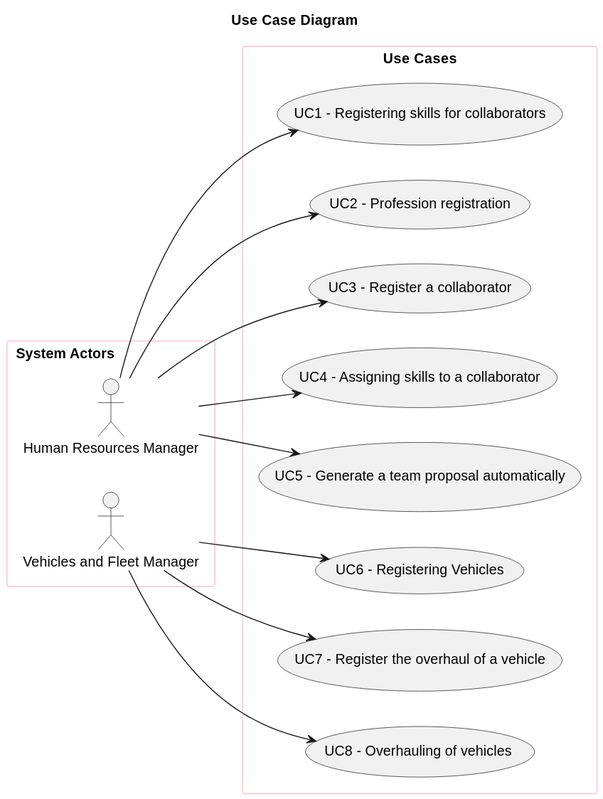
SAEmanuel/Green_Spaces_Management_ISEP keeps this PlantUML diagram as docs/sprintB/global-artifacts/01.requirements-engineering/svg/use-case-diagram-Use_Case_Diagram.svg. Above is the earlier version. Source of this version:
```plantuml
@startuml
skinparam packageStyle rectangle

skinparam rectangle{
    BorderColor pink
}

title Use Case Diagram

left to right direction

rectangle "System Actors                       " as actors {
    actor "Human Resources Manager" as HRM
    actor "Vehicles and Fleet Manager" as FM

}



rectangle "Use Cases" as usecases{
    usecase "UC1 - Registering skills for collaborators" as UC1
    usecase "UC2 - Profession registration" as UC2
    usecase "UC3 - Register a collaborator" as UC3
    usecase "UC4 - Assigning skills to a collaborator" as UC4
    usecase "UC5 - Generate a team proposal automatically" as UC5
    usecase "UC6 - Registering Vehicles" as UC6
    usecase "UC7 - Register the overhaul of a vehicle" as UC7
    usecase "UC8 - Overhauling of vehicles " as UC8
    HRM --> UC1
    HRM --> UC2
    HRM --> UC3
    HRM --> UC4
    HRM --> UC5
    FM --> UC6
    FM --> UC7
    FM --> UC8
}
@enduml
```
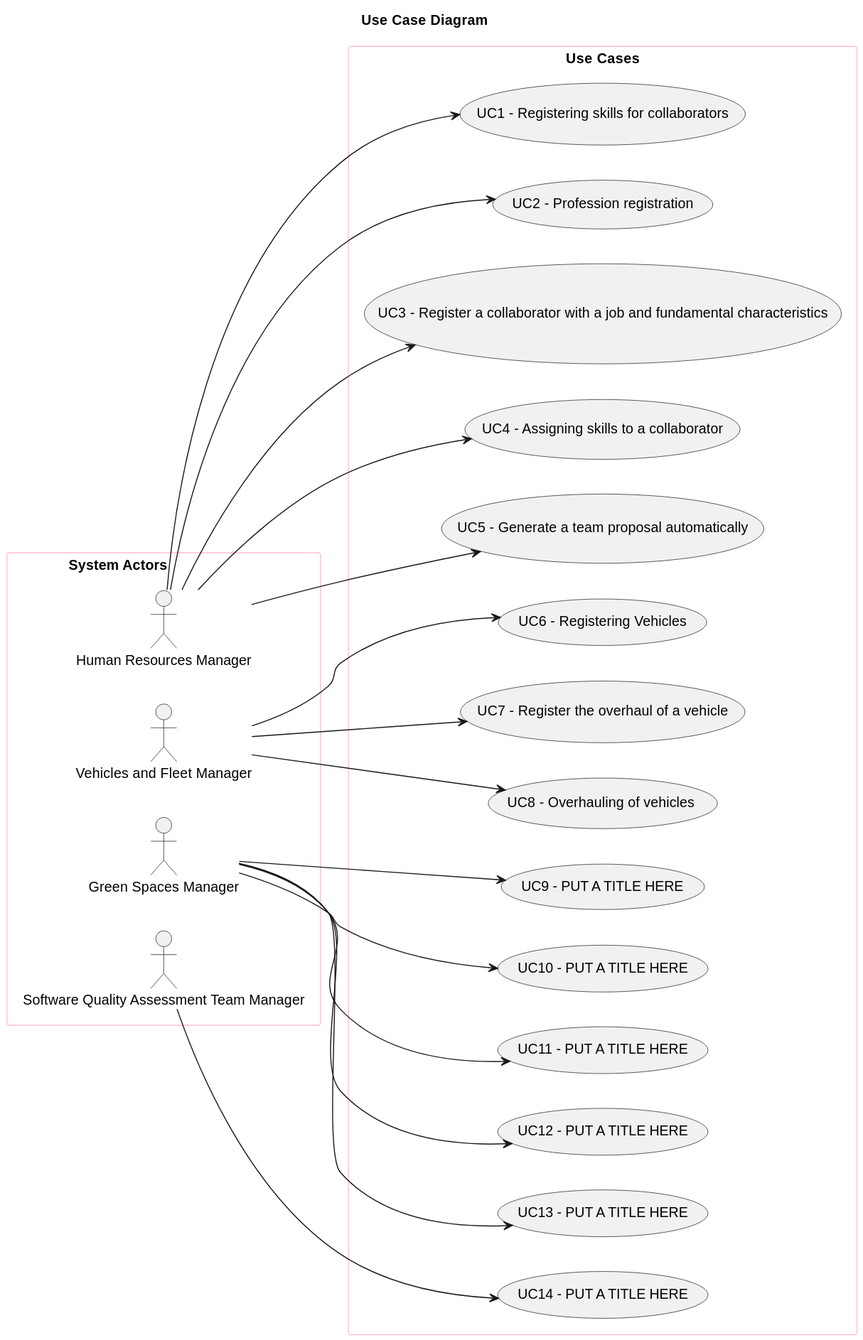
The same file after the commit.

Commit message:
US 012: Added title and customer specifications

Change to the diagram source:
```diff
@@ -12,6 +12,10 @@
 rectangle "System Actors                       " as actors {
     actor "Human Resources Manager" as HRM
     actor "Vehicles and Fleet Manager" as FM
+    actor "Green Spaces Manager" as GSM
+    actor "Software Quality Assessment Team Manager" as QAM
+
+
 
 }
 
@@ -20,12 +24,19 @@
 rectangle "Use Cases" as usecases{
     usecase "UC1 - Registering skills for collaborators" as UC1
     usecase "UC2 - Profession registration" as UC2
-    usecase "UC3 - Register a collaborator" as UC3
+    usecase "UC3 - Register a collaborator with a job and fundamental characteristics" as UC3
     usecase "UC4 - Assigning skills to a collaborator" as UC4
     usecase "UC5 - Generate a team proposal automatically" as UC5
     usecase "UC6 - Registering Vehicles" as UC6
     usecase "UC7 - Register the overhaul of a vehicle" as UC7
     usecase "UC8 - Overhauling of vehicles " as UC8
+    usecase "UC9 - PUT A TITLE HERE" as UC9
+    usecase "UC10 - PUT A TITLE HERE" as UC10
+    usecase "UC11 - PUT A TITLE HERE" as UC11
+    usecase "UC12 - PUT A TITLE HERE" as UC12
+    usecase "UC13 - PUT A TITLE HERE" as UC13
+    usecase "UC14 - PUT A TITLE HERE" as UC14
+
     HRM --> UC1
     HRM --> UC2
     HRM --> UC3
@@ -34,5 +45,11 @@
     FM --> UC6
     FM --> UC7
     FM --> UC8
+    GSM --> UC9
+    GSM --> UC10
+    GSM --> UC11
+    GSM --> UC12
+    GSM --> UC13
+    QAM --> UC14
 }
 @enduml
```
